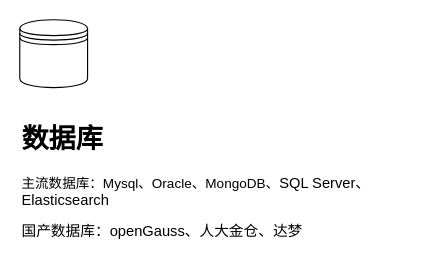
Above: 低——研究内容——开发工具.drawio in tangyaosimida/love (draw.io), before the change. Source tidied: cells renumbered, new cells numbered last; positions are measured from the earlier drawing's top-left corner, leaving out a move shared by most shapes. Both pictures are drawn from the tidied source at 113%, with x=0, y=0 at pixel (19, 19).
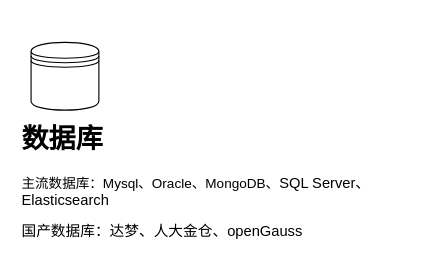
After the change.

Commit message (it also covers changes not shown here):
更新低——研究内容——开发工具.drawio

Change to the diagram source:
```diff
@@
 <mxGraphModel>
   <root>
     <mxCell id="0" />
     <mxCell id="1" parent="0" />
     <mxCell id="2" style="shape=datastore;whiteSpace=wrap;html=1;" parent="1" vertex="1">
-      <mxGeometry width="60" height="60" as="geometry" />
+      <mxGeometry x="10" y="20" width="60" height="60" as="geometry" />
     </mxCell>
-    <mxCell id="3" value="&lt;h1 style=&quot;margin-top: 0px;&quot;&gt;数据库&lt;/h1&gt;&lt;p&gt;主流数据库：Mysql、Oracle、MongoDB、&lt;span style=&quot;background-color: rgb(255, 255, 255); font-family: Arial, sans-serif; font-size: 13px;&quot;&gt;SQL Server、Elasticsearch&lt;/span&gt;&lt;/p&gt;&lt;p&gt;&lt;span style=&quot;background-color: rgb(255, 255, 255); font-family: Arial, sans-serif; font-size: 13px;&quot;&gt;国产数据库：&lt;/span&gt;&lt;span style=&quot;background-color: rgb(255, 255, 255); font-family: Arial, sans-serif; font-size: 13px;&quot;&gt;openGauss&lt;/span&gt;&lt;span style=&quot;background-color: rgb(255, 255, 255); font-family: Arial, sans-serif; font-size: 13px;&quot;&gt;、人大金仓、达梦&lt;/span&gt;&lt;/p&gt;&lt;p&gt;&lt;span style=&quot;background-color: rgb(255, 255, 255); font-family: Arial, sans-serif; font-size: 13px;&quot;&gt;&lt;br&gt;&lt;/span&gt;&lt;/p&gt;" style="text;html=1;whiteSpace=wrap;overflow=hidden;rounded=0;" parent="1" vertex="1">
+    <mxCell id="3" value="&lt;h1 style=&quot;margin-top: 0px;&quot;&gt;数据库&lt;/h1&gt;&lt;p&gt;主流数据库：Mysql、Oracle、MongoDB、&lt;span style=&quot;background-color: rgb(255, 255, 255); font-family: Arial, sans-serif; font-size: 13px;&quot;&gt;SQL Server、Elasticsearch&lt;/span&gt;&lt;/p&gt;&lt;p&gt;&lt;span style=&quot;background-color: rgb(255, 255, 255); font-family: Arial, sans-serif; font-size: 13px;&quot;&gt;国产数据库：达梦、人大金仓、&lt;/span&gt;&lt;span style=&quot;background-color: rgb(255, 255, 255); font-family: Arial, sans-serif; font-size: 13px;&quot;&gt;openGauss&lt;/span&gt;&lt;/p&gt;&lt;p&gt;&lt;span style=&quot;background-color: rgb(255, 255, 255); font-family: Arial, sans-serif; font-size: 13px;&quot;&gt;&lt;br&gt;&lt;/span&gt;&lt;/p&gt;" style="text;html=1;whiteSpace=wrap;overflow=hidden;rounded=0;" parent="1" vertex="1">
       <mxGeometry y="85" width="360" height="120" as="geometry" />
     </mxCell>
   </root>
 </mxGraphModel>
```
